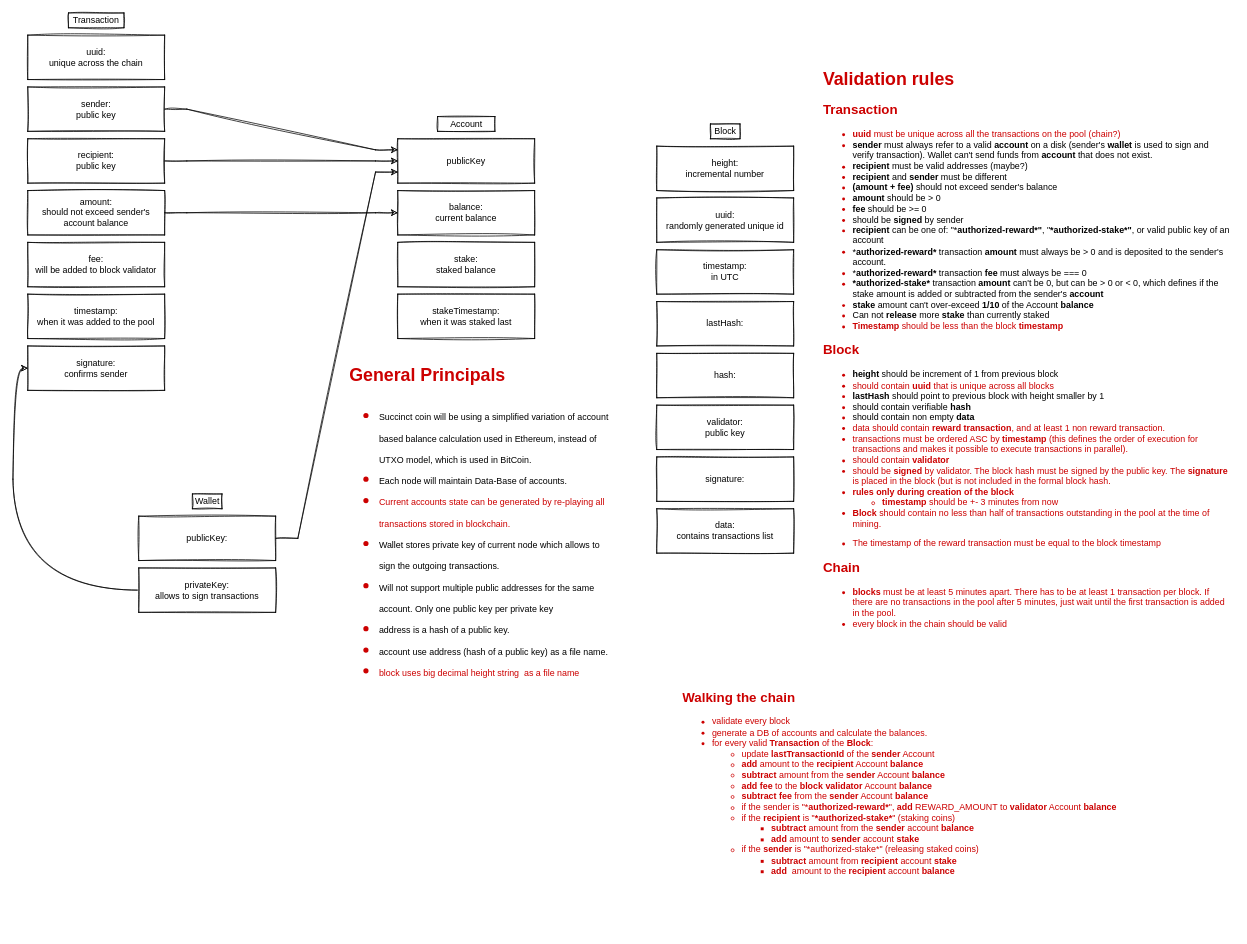
The draw.io diagram docs/Transaction Structure Diagram.drawio in echowaves/succinctcoin, before the edit. Source tidied: cells renumbered, new cells numbered last; positions are measured from the earlier drawing's top-left corner, leaving out a move shared by most shapes. Both pictures are drawn from the tidied source at 74%, with x=0, y=0 at pixel (27, 13).
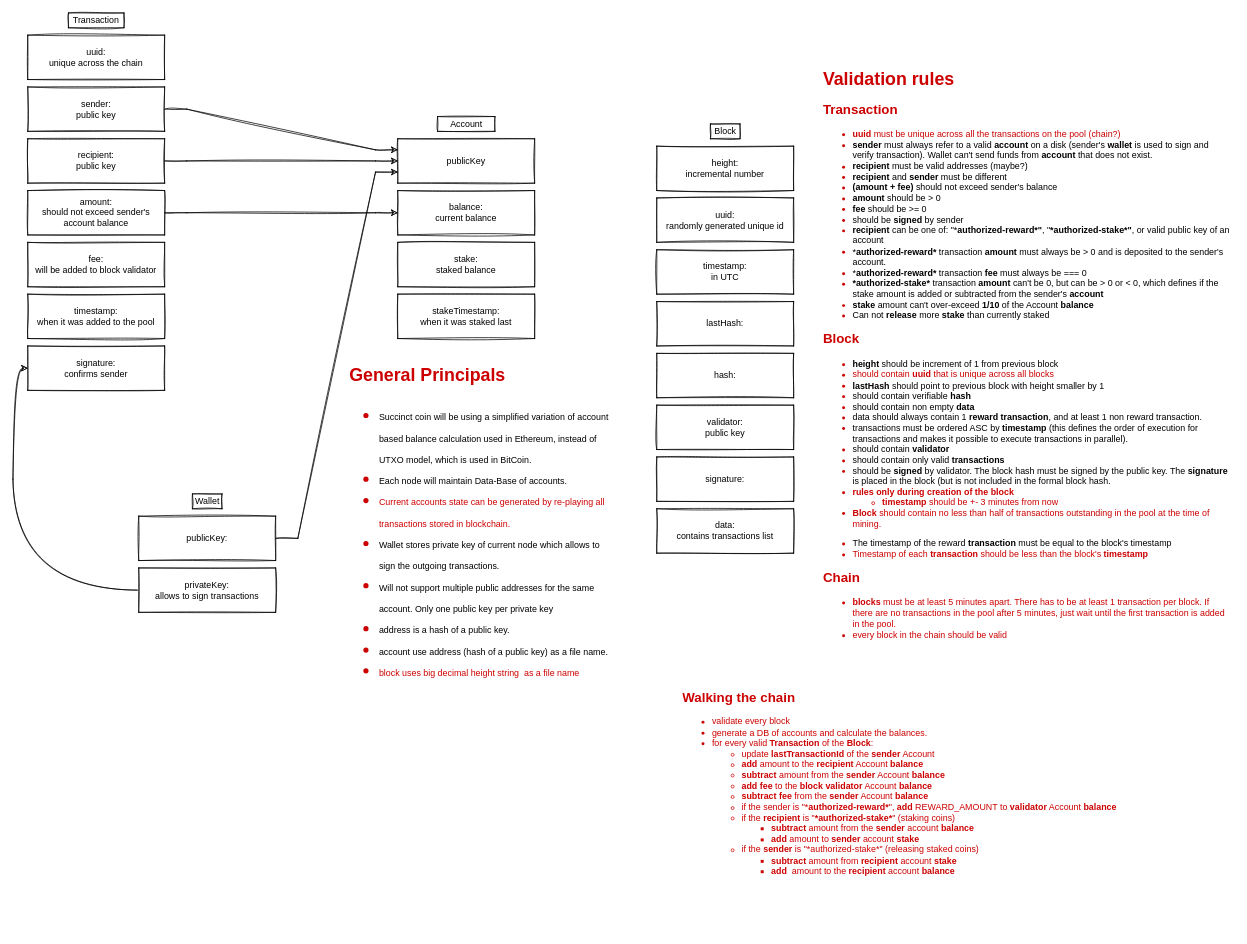
The same diagram, later.

Commit message:
timestamp of block equals timestamp of reward transaction

Change to the diagram source:
```diff
@@
-    <mxCell id="30" value="&lt;h1&gt;Validation rules&lt;/h1&gt;&lt;h2&gt;Transaction&lt;/h2&gt;&lt;div&gt;&lt;ul&gt;&lt;li&gt;&lt;b&gt;uuid&lt;/b&gt; must be unique across all the transactions on the pool (chain?)&lt;/li&gt;&lt;li&gt;&lt;font color=&quot;#000000&quot;&gt;&lt;b&gt;sender &lt;/b&gt;must always refer to a valid &lt;b&gt;account&lt;/b&gt; on a disk (sender's &lt;b&gt;wallet&lt;/b&gt; is used to sign and verify transaction). Wallet can't send funds from &lt;b&gt;account &lt;/b&gt;that does not exist.&lt;/font&gt;&lt;/li&gt;&lt;li&gt;&lt;font color=&quot;#000000&quot;&gt;&lt;b&gt;recipient&lt;/b&gt; must be valid addresses (maybe?)&lt;/font&gt;&lt;/li&gt;&lt;li&gt;&lt;font color=&quot;#000000&quot;&gt;&lt;b&gt;recipient&lt;/b&gt; and &lt;b&gt;sender&lt;/b&gt; must be different&lt;/font&gt;&lt;/li&gt;&lt;li&gt;&lt;font color=&quot;#000000&quot;&gt;&lt;b&gt;(amount + fee)&lt;/b&gt;&lt;span&gt; should not exceed sender's balance&lt;/span&gt;&lt;br&gt;&lt;/font&gt;&lt;/li&gt;&lt;li&gt;&lt;font color=&quot;#000000&quot;&gt;&lt;b&gt;amount&lt;/b&gt; should be &amp;gt; 0&lt;/font&gt;&lt;/li&gt;&lt;li&gt;&lt;font color=&quot;#000000&quot;&gt;&lt;b&gt;fee&lt;/b&gt;&amp;nbsp;should be &amp;gt;= 0&lt;/font&gt;&lt;/li&gt;&lt;li&gt;&lt;font color=&quot;#000000&quot;&gt;should be &lt;b&gt;signed&lt;/b&gt; by sender&lt;/font&gt;&lt;/li&gt;&lt;li&gt;&lt;font color=&quot;#000000&quot;&gt;&lt;b&gt;recipient&lt;/b&gt;&lt;span&gt;&amp;nbsp;can be one of: &quot;*&lt;/span&gt;&lt;b&gt;authorized-reward*&quot;&lt;/b&gt;&lt;span&gt;, &quot;&lt;/span&gt;&lt;b&gt;*authorized-stake*&quot;&lt;/b&gt;&lt;span&gt;, or valid public key of an account&lt;/span&gt;&lt;br&gt;&lt;/font&gt;&lt;/li&gt;&lt;li&gt;&lt;font color=&quot;#000000&quot;&gt;&lt;span&gt;*&lt;/span&gt;&lt;b&gt;authorized-reward*&lt;/b&gt;&amp;nbsp;transaction &lt;b&gt;amount&lt;/b&gt; must always be &amp;gt; 0 and is deposited to the sender's account.&lt;/font&gt;&lt;/li&gt;&lt;li&gt;&lt;font color=&quot;#000000&quot;&gt;*&lt;b&gt;authorized-reward*&lt;/b&gt;&amp;nbsp;transaction&amp;nbsp;&lt;b&gt;fee&lt;/b&gt;&amp;nbsp;must always be === 0&amp;nbsp;&lt;/font&gt;&lt;/li&gt;&lt;li&gt;&lt;font color=&quot;#000000&quot;&gt;&lt;b&gt;*authorized-stake* &lt;/b&gt;&lt;span&gt;transaction &lt;b&gt;amount&lt;/b&gt; can't be 0, but can be &amp;gt; 0 or &amp;lt; 0, which defines if the stake amount is added or subtracted from the sender's &lt;b&gt;account&lt;/b&gt;&lt;/span&gt;&lt;/font&gt;&lt;br&gt;&lt;/li&gt;&lt;li&gt;&lt;font color=&quot;#000000&quot;&gt;&lt;b&gt;stake &lt;/b&gt;amount can't over-exceed &lt;b&gt;1/10&lt;/b&gt; of the Account &lt;b&gt;balance&lt;/b&gt;&lt;/font&gt;&lt;/li&gt;&lt;li&gt;&lt;font color=&quot;#000000&quot;&gt;Can not &lt;b&gt;release&lt;/b&gt; more &lt;b&gt;stake&lt;/b&gt; than currently staked&lt;/font&gt;&lt;/li&gt;&lt;li&gt;&lt;b&gt;Timestamp &lt;/b&gt;should be less than the block &lt;b&gt;timestamp&lt;/b&gt;&lt;/li&gt;&lt;/ul&gt;&lt;/div&gt;&lt;h2&gt;Block&lt;/h2&gt;&lt;div&gt;&lt;ul&gt;&lt;li&gt;&lt;font color=&quot;#000000&quot;&gt;&lt;b&gt;height&lt;/b&gt;&lt;span&gt; should be increment of 1 from previous block&lt;/span&gt;&lt;br&gt;&lt;/font&gt;&lt;/li&gt;&lt;li&gt;should contain &lt;b&gt;uuid &lt;/b&gt;that is unique across all blocks&lt;/li&gt;&lt;li&gt;&lt;font color=&quot;#000000&quot;&gt;&lt;b&gt;lastHash&lt;/b&gt; should point to previous block with height smaller by 1&lt;/font&gt;&lt;/li&gt;&lt;li&gt;&lt;font color=&quot;#000000&quot;&gt;should contain verifiable &lt;b&gt;hash&lt;/b&gt;&lt;/font&gt;&lt;/li&gt;&lt;li&gt;&lt;font color=&quot;#000000&quot;&gt;should contain non empty &lt;b&gt;data&lt;/b&gt;&lt;/font&gt;&lt;/li&gt;&lt;li&gt;data should contain&amp;nbsp;&lt;b&gt;reward transaction&lt;/b&gt;, and at least 1 non reward transaction.&lt;/li&gt;&lt;li&gt;transactions must be ordered ASC by &lt;b&gt;timestamp &lt;/b&gt;(this defines the order of execution for transactions and makes it possible to execute transactions in parallel).&lt;/li&gt;&lt;li&gt;should contain &lt;b&gt;validator&lt;/b&gt;&lt;/li&gt;&lt;li&gt;should be &lt;b&gt;signed&lt;/b&gt; by validator. The block hash must be signed by the public key. The &lt;b&gt;signature&lt;/b&gt; is placed in the block (but is not included in the formal block hash.&lt;/li&gt;&lt;li&gt;&lt;b&gt;rules only during creation of the block&lt;/b&gt;&lt;/li&gt;&lt;ul&gt;&lt;li&gt;&lt;b&gt;timestamp&lt;/b&gt; should be +- 3 minutes from now&lt;/li&gt;&lt;/ul&gt;&lt;li&gt;&lt;b&gt;Block &lt;/b&gt;should contain no less than half of transactions outstanding in the pool at the time of mining.&lt;/li&gt;&lt;/ul&gt;&lt;p&gt;&lt;/p&gt;&lt;ul&gt;&lt;li&gt;&lt;span style=&quot;background-color: rgb(255 , 255 , 255)&quot;&gt;&lt;font style=&quot;font-size: 12px&quot;&gt;The timestamp of the reward transaction must be equal to the block timestamp&lt;/font&gt;&lt;/span&gt;&lt;/li&gt;&lt;/ul&gt;&lt;p&gt;&lt;/p&gt;&lt;/div&gt;&lt;h2&gt;Chain&lt;/h2&gt;&lt;div&gt;&lt;ul&gt;&lt;li&gt;&lt;b&gt;blocks&amp;nbsp;&lt;/b&gt;must be at least 5 minutes apart. There has to be at least 1 transaction per block. If there are no transactions in the pool after 5 minutes, just wait until the first transaction is added in the pool.&lt;/li&gt;&lt;li&gt;every block in the chain should be valid&lt;/li&gt;&lt;/ul&gt;&lt;div&gt;&lt;br&gt;&lt;/div&gt;&lt;/div&gt;&lt;h2&gt;&lt;br&gt;&lt;/h2&gt;" style="text;html=1;fillColor=none;spacing=5;spacingTop=-20;whiteSpace=wrap;overflow=hidden;rounded=0;sketch=1;fontColor=#CC0000;" parent="1" vertex="1">
+    <mxCell id="30" value="&lt;h1&gt;Validation rules&lt;/h1&gt;&lt;h2&gt;Transaction&lt;/h2&gt;&lt;div&gt;&lt;ul&gt;&lt;li&gt;&lt;b&gt;uuid&lt;/b&gt; must be unique across all the transactions on the pool (chain?)&lt;/li&gt;&lt;li&gt;&lt;font color=&quot;#000000&quot;&gt;&lt;b&gt;sender &lt;/b&gt;must always refer to a valid &lt;b&gt;account&lt;/b&gt; on a disk (sender's &lt;b&gt;wallet&lt;/b&gt; is used to sign and verify transaction). Wallet can't send funds from &lt;b&gt;account &lt;/b&gt;that does not exist.&lt;/font&gt;&lt;/li&gt;&lt;li&gt;&lt;font color=&quot;#000000&quot;&gt;&lt;b&gt;recipient&lt;/b&gt; must be valid addresses (maybe?)&lt;/font&gt;&lt;/li&gt;&lt;li&gt;&lt;font color=&quot;#000000&quot;&gt;&lt;b&gt;recipient&lt;/b&gt; and &lt;b&gt;sender&lt;/b&gt; must be different&lt;/font&gt;&lt;/li&gt;&lt;li&gt;&lt;font color=&quot;#000000&quot;&gt;&lt;b&gt;(amount + fee)&lt;/b&gt;&lt;span&gt; should not exceed sender's balance&lt;/span&gt;&lt;br&gt;&lt;/font&gt;&lt;/li&gt;&lt;li&gt;&lt;font color=&quot;#000000&quot;&gt;&lt;b&gt;amount&lt;/b&gt; should be &amp;gt; 0&lt;/font&gt;&lt;/li&gt;&lt;li&gt;&lt;font color=&quot;#000000&quot;&gt;&lt;b&gt;fee&lt;/b&gt;&amp;nbsp;should be &amp;gt;= 0&lt;/font&gt;&lt;/li&gt;&lt;li&gt;&lt;font color=&quot;#000000&quot;&gt;should be &lt;b&gt;signed&lt;/b&gt; by sender&lt;/font&gt;&lt;/li&gt;&lt;li&gt;&lt;font color=&quot;#000000&quot;&gt;&lt;b&gt;recipient&lt;/b&gt;&lt;span&gt;&amp;nbsp;can be one of: &quot;*&lt;/span&gt;&lt;b&gt;authorized-reward*&quot;&lt;/b&gt;&lt;span&gt;, &quot;&lt;/span&gt;&lt;b&gt;*authorized-stake*&quot;&lt;/b&gt;&lt;span&gt;, or valid public key of an account&lt;/span&gt;&lt;br&gt;&lt;/font&gt;&lt;/li&gt;&lt;li&gt;&lt;font color=&quot;#000000&quot;&gt;&lt;span&gt;*&lt;/span&gt;&lt;b&gt;authorized-reward*&lt;/b&gt;&amp;nbsp;transaction &lt;b&gt;amount&lt;/b&gt; must always be &amp;gt; 0 and is deposited to the sender's account.&lt;/font&gt;&lt;/li&gt;&lt;li&gt;&lt;font color=&quot;#000000&quot;&gt;*&lt;b&gt;authorized-reward*&lt;/b&gt;&amp;nbsp;transaction&amp;nbsp;&lt;b&gt;fee&lt;/b&gt;&amp;nbsp;must always be === 0&amp;nbsp;&lt;/font&gt;&lt;/li&gt;&lt;li&gt;&lt;font color=&quot;#000000&quot;&gt;&lt;b&gt;*authorized-stake* &lt;/b&gt;&lt;span&gt;transaction &lt;b&gt;amount&lt;/b&gt; can't be 0, but can be &amp;gt; 0 or &amp;lt; 0, which defines if the stake amount is added or subtracted from the sender's &lt;b&gt;account&lt;/b&gt;&lt;/span&gt;&lt;/font&gt;&lt;br&gt;&lt;/li&gt;&lt;li&gt;&lt;font color=&quot;#000000&quot;&gt;&lt;b&gt;stake &lt;/b&gt;amount can't over-exceed &lt;b&gt;1/10&lt;/b&gt; of the Account &lt;b&gt;balance&lt;/b&gt;&lt;/font&gt;&lt;/li&gt;&lt;li&gt;&lt;font color=&quot;#000000&quot;&gt;Can not &lt;b&gt;release&lt;/b&gt; more &lt;b&gt;stake&lt;/b&gt; than currently staked&lt;/font&gt;&lt;/li&gt;&lt;/ul&gt;&lt;/div&gt;&lt;h2&gt;Block&lt;/h2&gt;&lt;div&gt;&lt;ul&gt;&lt;li&gt;&lt;font color=&quot;#000000&quot;&gt;&lt;b&gt;height&lt;/b&gt;&lt;span&gt; should be increment of 1 from previous block&lt;/span&gt;&lt;br&gt;&lt;/font&gt;&lt;/li&gt;&lt;li&gt;should contain &lt;b&gt;uuid &lt;/b&gt;that is unique across all blocks&lt;/li&gt;&lt;li&gt;&lt;font color=&quot;#000000&quot;&gt;&lt;b&gt;lastHash&lt;/b&gt; should point to previous block with height smaller by 1&lt;/font&gt;&lt;/li&gt;&lt;li&gt;&lt;font color=&quot;#000000&quot;&gt;should contain verifiable &lt;b&gt;hash&lt;/b&gt;&lt;/font&gt;&lt;/li&gt;&lt;li&gt;&lt;font color=&quot;#000000&quot;&gt;should contain non empty &lt;b&gt;data&lt;/b&gt;&lt;/font&gt;&lt;/li&gt;&lt;li&gt;&lt;font color=&quot;#000000&quot;&gt;data should always contain 1&amp;nbsp;&lt;b&gt;reward transaction&lt;/b&gt;, and at least 1 non reward transaction.&lt;/font&gt;&lt;/li&gt;&lt;li&gt;&lt;font color=&quot;#000000&quot;&gt;transactions must be ordered ASC by &lt;b&gt;timestamp &lt;/b&gt;(this defines the order of execution for transactions and makes it possible to execute transactions in parallel).&lt;/font&gt;&lt;/li&gt;&lt;li&gt;&lt;font color=&quot;#000000&quot;&gt;should contain &lt;b&gt;validator&lt;/b&gt;&lt;/font&gt;&lt;/li&gt;&lt;li&gt;&lt;font color=&quot;#000000&quot;&gt;should contain only valid &lt;b&gt;transactions&lt;/b&gt;&lt;/font&gt;&lt;/li&gt;&lt;li&gt;&lt;font color=&quot;#000000&quot;&gt;should be &lt;b&gt;signed&lt;/b&gt; by validator. The block hash must be signed by the public key. The &lt;b&gt;signature&lt;/b&gt; is placed in the block (but is not included in the formal block hash.&lt;/font&gt;&lt;/li&gt;&lt;li&gt;&lt;b&gt;rules only during creation of the block&lt;/b&gt;&lt;/li&gt;&lt;ul&gt;&lt;li&gt;&lt;b&gt;timestamp&lt;/b&gt; should be +- 3 minutes from now&lt;/li&gt;&lt;/ul&gt;&lt;li&gt;&lt;b&gt;Block &lt;/b&gt;should contain no less than half of transactions outstanding in the pool at the time of mining.&lt;/li&gt;&lt;/ul&gt;&lt;p&gt;&lt;/p&gt;&lt;ul&gt;&lt;li&gt;&lt;span style=&quot;background-color: rgb(255 , 255 , 255)&quot;&gt;&lt;font style=&quot;font-size: 12px&quot; color=&quot;#000000&quot;&gt;The timestamp of the reward &lt;b&gt;transaction&lt;/b&gt; must be equal to the block's timestamp&lt;/font&gt;&lt;/span&gt;&lt;/li&gt;&lt;li&gt;Timestamp&lt;b&gt;&amp;nbsp;&lt;/b&gt;of each &lt;b&gt;transaction&amp;nbsp;&lt;/b&gt;should be less than the block's&amp;nbsp;&lt;b&gt;timestamp&lt;/b&gt;&lt;/li&gt;&lt;/ul&gt;&lt;p&gt;&lt;/p&gt;&lt;/div&gt;&lt;h2&gt;Chain&lt;/h2&gt;&lt;div&gt;&lt;ul&gt;&lt;li&gt;&lt;b&gt;blocks&amp;nbsp;&lt;/b&gt;must be at least 5 minutes apart. There has to be at least 1 transaction per block. If there are no transactions in the pool after 5 minutes, just wait until the first transaction is added in the pool.&lt;/li&gt;&lt;li&gt;every block in the chain should be valid&lt;/li&gt;&lt;/ul&gt;&lt;div&gt;&lt;br&gt;&lt;/div&gt;&lt;/div&gt;&lt;h2&gt;&lt;br&gt;&lt;/h2&gt;" style="text;html=1;fillColor=none;spacing=5;spacingTop=-20;whiteSpace=wrap;overflow=hidden;rounded=0;sketch=1;fontColor=#CC0000;" parent="1" vertex="1">
       <mxGeometry x="1070" y="70" width="560" height="780" as="geometry" />
     </mxCell>
```
